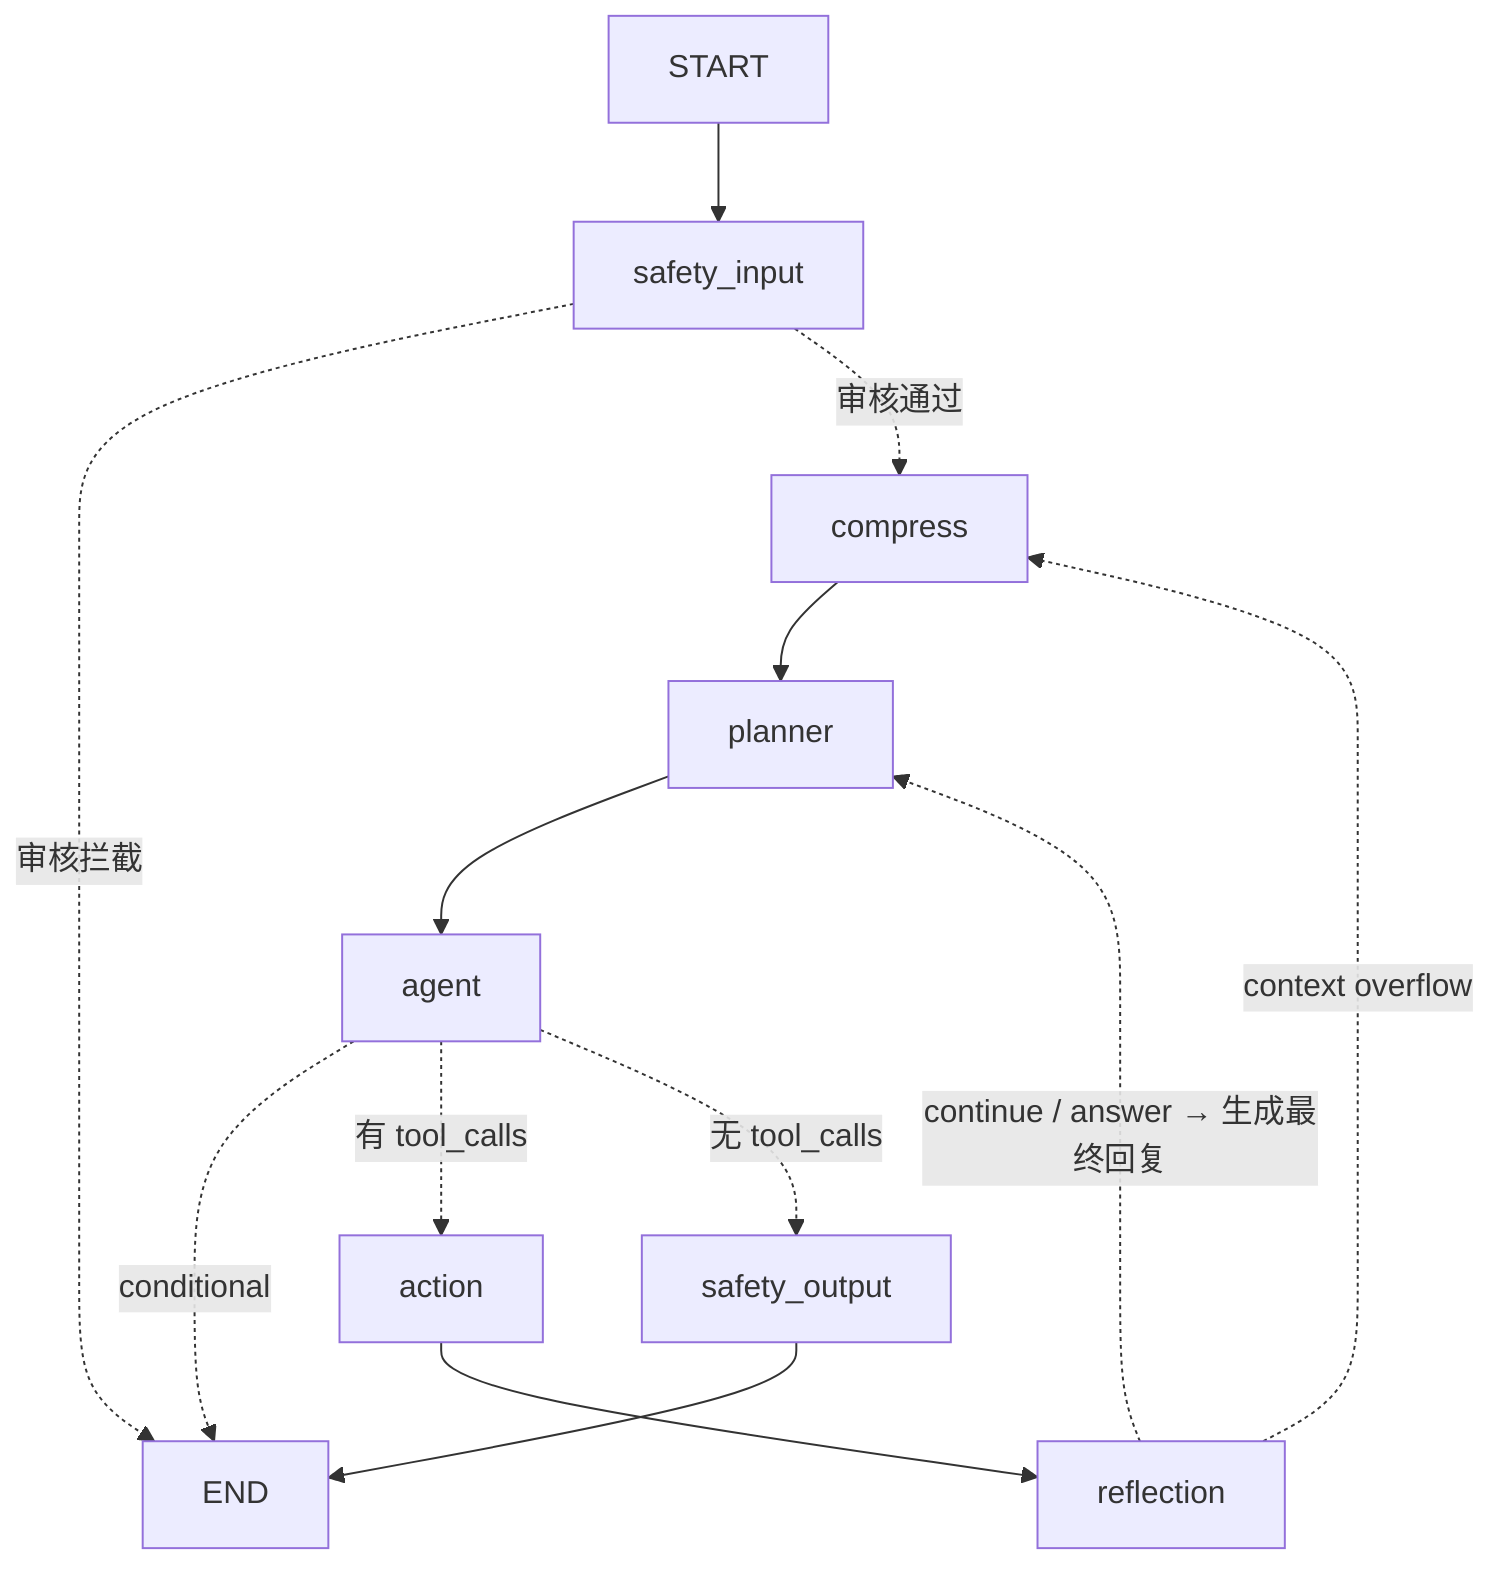
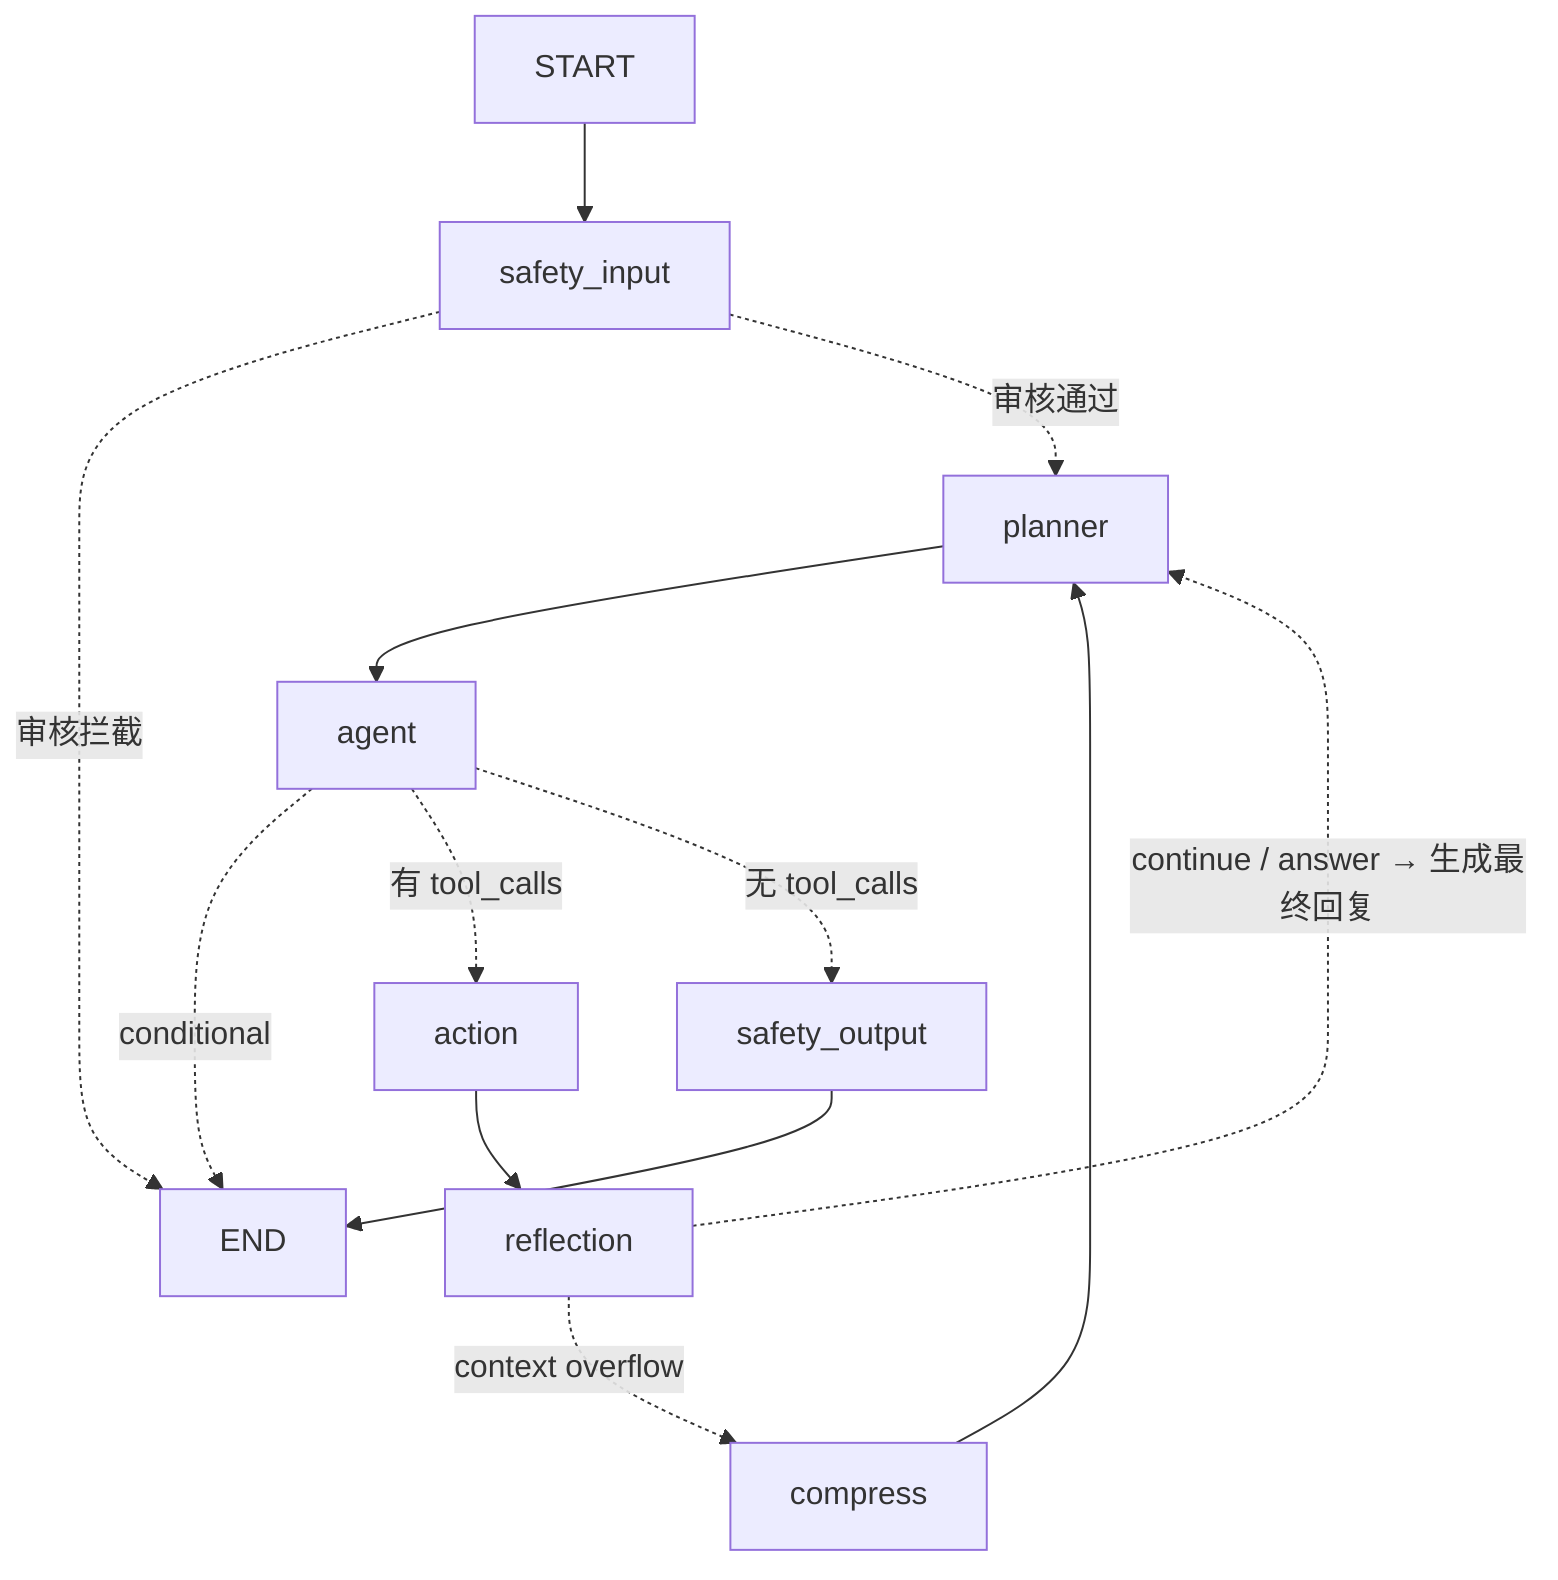
flowchart TD
    internal_start["START"]
    safety_input["safety_input"]
    compress["compress"]
    planner["planner"]
    agent["agent"]
    action["action"]
    reflection["reflection"]
    safety_output["safety_output"]
    internal_end["END"]
    internal_start --> safety_input
    action --> reflection
    agent -. "conditional" .-> internal_end
    agent -. "有 tool_calls" .-> action
    agent -. "无 tool_calls" .-> safety_output
    compress --> planner
    planner --> agent
    reflection -. "context overflow" .-> compress
    reflection -. "continue / answer → 生成最终回复" .-> planner
    safety_input -. "审核拦截" .-> internal_end
-     safety_input -. "审核通过" .-> compress
+     safety_input -. "审核通过" .-> planner
    safety_output --> internal_end
